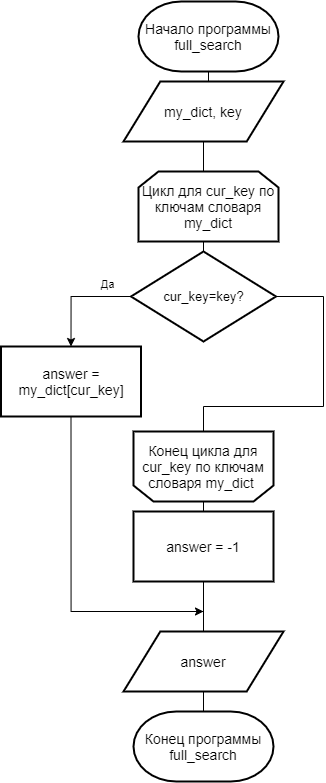
This is lab7/report/inc/img/full_search.png from alena-zayts/BMSTU_5sem_analysis_of_algorithms, a draw.io export, as it was before one commit. Source tidied: cells renumbered, new cells last; positions are measured from the earlier drawing's top-left corner, leaving out a move shared by most shapes. The source it was exported from:
```xml
<mxGraphModel>
  <root>
    <mxCell id="0" />
    <mxCell id="1" parent="0" />
    <mxCell id="2" style="edgeStyle=orthogonalEdgeStyle;rounded=0;jettySize=auto;html=1;exitX=0.5;exitY=1;exitDx=0;exitDy=0;entryX=0.5;entryY=0;entryDx=0;entryDy=0;endArrow=none;endFill=0;" parent="1" edge="1" target="12">
      <mxGeometry relative="1" as="geometry">
        <mxPoint x="202" y="240" as="sourcePoint" />
      </mxGeometry>
    </mxCell>
    <mxCell id="3" style="edgeStyle=orthogonalEdgeStyle;rounded=0;jettySize=auto;html=1;exitX=0.5;exitY=0;exitDx=0;exitDy=0;exitPerimeter=0;entryX=0.5;entryY=1;entryDx=0;entryDy=0;entryPerimeter=0;endArrow=none;endFill=0;" parent="1" edge="1" source="20" target="8">
      <mxGeometry relative="1" as="geometry" />
    </mxCell>
    <mxCell id="4" style="edgeStyle=orthogonalEdgeStyle;rounded=0;jettySize=auto;html=1;exitX=0.5;exitY=0;exitDx=0;exitDy=0;exitPerimeter=0;entryX=0.5;entryY=1;entryDx=0;entryDy=0;entryPerimeter=0;endArrow=none;endFill=0;" parent="1" edge="1" source="8" target="6">
      <mxGeometry relative="1" as="geometry" />
    </mxCell>
    <mxCell id="5" value="Конец программы full_search" style="strokeWidth=2;html=1;shape=mxgraph.flowchart.terminator;whiteSpace=wrap;fontSize=14;" parent="1" vertex="1">
      <mxGeometry x="132" y="710" width="140" height="70" as="geometry" />
    </mxCell>
    <mxCell id="6" value="&lt;font style=&quot;font-size: 14px&quot;&gt;Начало программы full_search&lt;br&gt;&lt;/font&gt;" style="strokeWidth=2;html=1;shape=mxgraph.flowchart.terminator;whiteSpace=wrap;fontSize=14;fontFamily=Helvetica;" parent="1" vertex="1">
      <mxGeometry x="137" width="140" height="70" as="geometry" />
    </mxCell>
    <mxCell id="7" style="edgeStyle=orthogonalEdgeStyle;rounded=0;orthogonalLoop=1;jettySize=auto;html=1;exitX=0.5;exitY=1;exitDx=0;exitDy=0;exitPerimeter=0;entryX=0.5;entryY=1;entryDx=0;entryDy=0;endArrow=none;endFill=0;" parent="1" edge="1">
      <mxGeometry relative="1" as="geometry">
        <mxPoint x="207" y="705" as="sourcePoint" />
        <mxPoint x="207" y="705" as="targetPoint" />
      </mxGeometry>
    </mxCell>
    <mxCell id="8" value="&lt;span style=&quot;font-size: 14px&quot;&gt;my_dict, key&lt;/span&gt;" style="shape=parallelogram;html=1;strokeWidth=2;perimeter=parallelogramPerimeter;whiteSpace=wrap;rounded=0;arcSize=12;size=0.23;fontSize=13;" parent="1" vertex="1">
      <mxGeometry x="122" y="80" width="160" height="60" as="geometry" />
    </mxCell>
    <mxCell id="9" style="edgeStyle=orthogonalEdgeStyle;rounded=0;jettySize=auto;html=1;entryX=0.5;entryY=0;entryDx=0;entryDy=0;exitX=0;exitY=0.5;exitDx=0;exitDy=0;" parent="1" edge="1" source="12" target="14">
      <mxGeometry relative="1" as="geometry" />
    </mxCell>
    <mxCell id="10" value="Да" style="edgeLabel;html=1;align=center;verticalAlign=middle;" parent="9" vertex="1">
      <mxGeometry x="-0.77" y="1" relative="1" as="geometry">
        <mxPoint x="-11.5" y="-14" as="offset" />
      </mxGeometry>
    </mxCell>
    <mxCell id="11" style="edgeStyle=orthogonalEdgeStyle;rounded=0;jettySize=auto;html=1;exitX=1;exitY=0.5;exitDx=0;exitDy=0;entryX=0.5;entryY=1;entryDx=0;entryDy=0;endArrow=none;endFill=0;" parent="1" edge="1" source="12">
      <mxGeometry relative="1" as="geometry">
        <mxPoint x="202" y="470" as="targetPoint" />
        <Array as="points">
          <mxPoint x="322" y="295" />
          <mxPoint x="322" y="405" />
          <mxPoint x="202" y="405" />
        </Array>
      </mxGeometry>
    </mxCell>
    <mxCell id="12" value="cur_key=key?" style="rhombus;whiteSpace=wrap;html=1;strokeWidth=2;fontSize=13;" parent="1" vertex="1">
      <mxGeometry x="129.5" y="250" width="145" height="90" as="geometry" />
    </mxCell>
    <mxCell id="13" style="edgeStyle=orthogonalEdgeStyle;rounded=0;jettySize=auto;html=1;exitX=0.5;exitY=1;exitDx=0;exitDy=0;" parent="1" edge="1" source="14">
      <mxGeometry relative="1" as="geometry">
        <mxPoint x="202" y="610" as="targetPoint" />
        <Array as="points">
          <mxPoint x="70" y="610" />
          <mxPoint x="202" y="610" />
        </Array>
      </mxGeometry>
    </mxCell>
    <mxCell id="14" value="answer = my_dict[cur_key]" style="rounded=0;whiteSpace=wrap;html=1;strokeWidth=2;fontSize=14;" parent="1" vertex="1">
      <mxGeometry x="-0.5" y="345" width="140" height="70" as="geometry" />
    </mxCell>
    <mxCell id="15" style="edgeStyle=orthogonalEdgeStyle;rounded=0;jettySize=auto;html=1;exitX=0.5;exitY=1;exitDx=0;exitDy=0;endArrow=none;endFill=0;" parent="1" edge="1" source="16" target="5">
      <mxGeometry relative="1" as="geometry" />
    </mxCell>
    <mxCell id="16" value="&lt;span style=&quot;font-size: 14px&quot;&gt;answer&lt;br&gt;&lt;/span&gt;" style="shape=parallelogram;html=1;strokeWidth=2;perimeter=parallelogramPerimeter;whiteSpace=wrap;rounded=0;arcSize=12;size=0.23;fontSize=13;" parent="1" vertex="1">
      <mxGeometry x="122" y="630" width="160" height="60" as="geometry" />
    </mxCell>
    <mxCell id="17" style="edgeStyle=orthogonalEdgeStyle;rounded=0;jettySize=auto;html=1;exitX=0.5;exitY=0;exitDx=0;exitDy=0;entryX=0.5;entryY=0;entryDx=0;entryDy=0;endArrow=none;endFill=0;" parent="1" edge="1" source="19" target="16">
      <mxGeometry relative="1" as="geometry" />
    </mxCell>
    <mxCell id="18" style="edgeStyle=orthogonalEdgeStyle;rounded=0;orthogonalLoop=1;jettySize=auto;html=1;exitX=0.5;exitY=1;exitDx=0;exitDy=0;exitPerimeter=0;endArrow=none;endFill=0;" parent="1" edge="1" source="5" target="5">
      <mxGeometry relative="1" as="geometry" />
    </mxCell>
    <mxCell id="19" value="&lt;span style=&quot;font-size: 14px&quot;&gt;Конец ц&lt;/span&gt;&lt;span style=&quot;font-size: 14px&quot;&gt;икла для cur_key по ключам словаря my_dict&amp;nbsp;&lt;/span&gt;&lt;span style=&quot;font-size: 14px&quot;&gt;&lt;br&gt;&lt;/span&gt;" style="shape=loopLimit;whiteSpace=wrap;html=1;strokeWidth=2;direction=west;" parent="1" vertex="1">
      <mxGeometry x="132" y="430" width="140" height="70" as="geometry" />
    </mxCell>
    <mxCell id="20" value="&lt;span style=&quot;font-size: 14px&quot;&gt;Цикл для cur_key по ключам словаря my_dict&lt;/span&gt;" style="shape=loopLimit;whiteSpace=wrap;html=1;strokeWidth=2;" parent="1" vertex="1">
      <mxGeometry x="137" y="170" width="140" height="70" as="geometry" />
    </mxCell>
    <mxCell id="21" value="answer = -1" style="rounded=0;whiteSpace=wrap;html=1;strokeWidth=2;fontSize=14;" parent="1" vertex="1">
      <mxGeometry x="132" y="510" width="140" height="70" as="geometry" />
    </mxCell>
  </root>
</mxGraphModel>
```
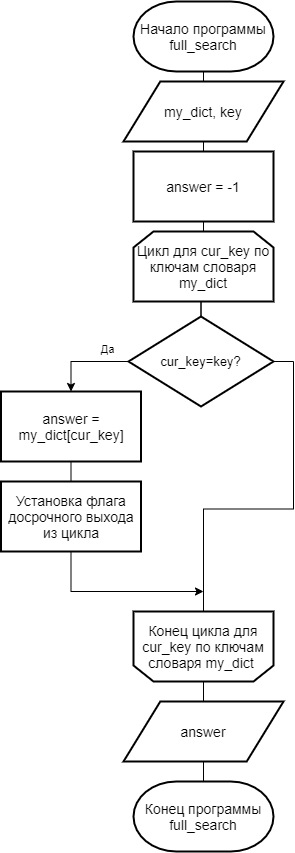
After the commit.

Diff of the diagram source:
```diff
@@ -7,17 +7,17 @@
         <mxPoint x="202" y="240" as="sourcePoint" />
       </mxGeometry>
     </mxCell>
-    <mxCell id="3" style="edgeStyle=orthogonalEdgeStyle;rounded=0;jettySize=auto;html=1;exitX=0.5;exitY=0;exitDx=0;exitDy=0;exitPerimeter=0;entryX=0.5;entryY=1;entryDx=0;entryDy=0;entryPerimeter=0;endArrow=none;endFill=0;" parent="1" edge="1" source="20" target="8">
+    <mxCell id="3" style="edgeStyle=orthogonalEdgeStyle;rounded=0;jettySize=auto;html=1;exitX=0.5;exitY=0;exitDx=0;exitDy=0;exitPerimeter=0;entryX=0.5;entryY=1;entryDx=0;entryDy=0;entryPerimeter=0;endArrow=none;endFill=0;" parent="1" edge="1" source="21" target="8">
       <mxGeometry relative="1" as="geometry" />
     </mxCell>
     <mxCell id="4" style="edgeStyle=orthogonalEdgeStyle;rounded=0;jettySize=auto;html=1;exitX=0.5;exitY=0;exitDx=0;exitDy=0;exitPerimeter=0;entryX=0.5;entryY=1;entryDx=0;entryDy=0;entryPerimeter=0;endArrow=none;endFill=0;" parent="1" edge="1" source="8" target="6">
       <mxGeometry relative="1" as="geometry" />
     </mxCell>
     <mxCell id="5" value="Конец программы full_search" style="strokeWidth=2;html=1;shape=mxgraph.flowchart.terminator;whiteSpace=wrap;fontSize=14;" parent="1" vertex="1">
-      <mxGeometry x="132" y="710" width="140" height="70" as="geometry" />
+      <mxGeometry x="132" y="720" width="140" height="70" as="geometry" />
     </mxCell>
     <mxCell id="6" value="&lt;font style=&quot;font-size: 14px&quot;&gt;Начало программы full_search&lt;br&gt;&lt;/font&gt;" style="strokeWidth=2;html=1;shape=mxgraph.flowchart.terminator;whiteSpace=wrap;fontSize=14;fontFamily=Helvetica;" parent="1" vertex="1">
-      <mxGeometry x="137" width="140" height="70" as="geometry" />
+      <mxGeometry x="132" y="-60" width="140" height="70" as="geometry" />
     </mxCell>
     <mxCell id="7" style="edgeStyle=orthogonalEdgeStyle;rounded=0;orthogonalLoop=1;jettySize=auto;html=1;exitX=0.5;exitY=1;exitDx=0;exitDy=0;exitPerimeter=0;entryX=0.5;entryY=1;entryDx=0;entryDy=0;endArrow=none;endFill=0;" parent="1" edge="1">
       <mxGeometry relative="1" as="geometry">
@@ -26,7 +26,7 @@
       </mxGeometry>
     </mxCell>
     <mxCell id="8" value="&lt;span style=&quot;font-size: 14px&quot;&gt;my_dict, key&lt;/span&gt;" style="shape=parallelogram;html=1;strokeWidth=2;perimeter=parallelogramPerimeter;whiteSpace=wrap;rounded=0;arcSize=12;size=0.23;fontSize=13;" parent="1" vertex="1">
-      <mxGeometry x="122" y="80" width="160" height="60" as="geometry" />
+      <mxGeometry x="122" y="20" width="160" height="60" as="geometry" />
     </mxCell>
     <mxCell id="9" style="edgeStyle=orthogonalEdgeStyle;rounded=0;jettySize=auto;html=1;entryX=0.5;entryY=0;entryDx=0;entryDy=0;exitX=0;exitY=0.5;exitDx=0;exitDy=0;" parent="1" edge="1" source="12" target="14">
       <mxGeometry relative="1" as="geometry" />
@@ -36,36 +36,23 @@
         <mxPoint x="-11.5" y="-14" as="offset" />
       </mxGeometry>
     </mxCell>
-    <mxCell id="11" style="edgeStyle=orthogonalEdgeStyle;rounded=0;jettySize=auto;html=1;exitX=1;exitY=0.5;exitDx=0;exitDy=0;entryX=0.5;entryY=1;entryDx=0;entryDy=0;endArrow=none;endFill=0;" parent="1" edge="1" source="12">
-      <mxGeometry relative="1" as="geometry">
-        <mxPoint x="202" y="470" as="targetPoint" />
-        <Array as="points">
-          <mxPoint x="322" y="295" />
-          <mxPoint x="322" y="405" />
-          <mxPoint x="202" y="405" />
-        </Array>
-      </mxGeometry>
-    </mxCell>
+    <mxCell id="22" style="edgeStyle=orthogonalEdgeStyle;rounded=0;jettySize=auto;html=1;exitX=1;exitY=0.5;exitDx=0;exitDy=0;endArrow=none;endFill=0;" parent="1" edge="1" source="12" target="19">
+      <mxGeometry relative="1" as="geometry" />
+    </mxCell>
     <mxCell id="12" value="cur_key=key?" style="rhombus;whiteSpace=wrap;html=1;strokeWidth=2;fontSize=13;" parent="1" vertex="1">
-      <mxGeometry x="129.5" y="250" width="145" height="90" as="geometry" />
+      <mxGeometry x="127" y="255" width="145" height="90" as="geometry" />
     </mxCell>
-    <mxCell id="13" style="edgeStyle=orthogonalEdgeStyle;rounded=0;jettySize=auto;html=1;exitX=0.5;exitY=1;exitDx=0;exitDy=0;" parent="1" edge="1" source="14">
-      <mxGeometry relative="1" as="geometry">
-        <mxPoint x="202" y="610" as="targetPoint" />
-        <Array as="points">
-          <mxPoint x="70" y="610" />
-          <mxPoint x="202" y="610" />
-        </Array>
-      </mxGeometry>
-    </mxCell>
+    <mxCell id="23" style="edgeStyle=orthogonalEdgeStyle;rounded=0;jettySize=auto;html=1;exitX=0.5;exitY=1;exitDx=0;exitDy=0;entryX=0.5;entryY=0;entryDx=0;entryDy=0;endArrow=none;endFill=0;" parent="1" edge="1" source="14" target="27">
+      <mxGeometry relative="1" as="geometry" />
+    </mxCell>
     <mxCell id="14" value="answer = my_dict[cur_key]" style="rounded=0;whiteSpace=wrap;html=1;strokeWidth=2;fontSize=14;" parent="1" vertex="1">
-      <mxGeometry x="-0.5" y="345" width="140" height="70" as="geometry" />
+      <mxGeometry x="-0.5" y="330" width="140" height="70" as="geometry" />
     </mxCell>
     <mxCell id="15" style="edgeStyle=orthogonalEdgeStyle;rounded=0;jettySize=auto;html=1;exitX=0.5;exitY=1;exitDx=0;exitDy=0;endArrow=none;endFill=0;" parent="1" edge="1" source="16" target="5">
       <mxGeometry relative="1" as="geometry" />
     </mxCell>
     <mxCell id="16" value="&lt;span style=&quot;font-size: 14px&quot;&gt;answer&lt;br&gt;&lt;/span&gt;" style="shape=parallelogram;html=1;strokeWidth=2;perimeter=parallelogramPerimeter;whiteSpace=wrap;rounded=0;arcSize=12;size=0.23;fontSize=13;" parent="1" vertex="1">
-      <mxGeometry x="122" y="630" width="160" height="60" as="geometry" />
+      <mxGeometry x="122" y="640" width="160" height="60" as="geometry" />
     </mxCell>
     <mxCell id="17" style="edgeStyle=orthogonalEdgeStyle;rounded=0;jettySize=auto;html=1;exitX=0.5;exitY=0;exitDx=0;exitDy=0;entryX=0.5;entryY=0;entryDx=0;entryDy=0;endArrow=none;endFill=0;" parent="1" edge="1" source="19" target="16">
       <mxGeometry relative="1" as="geometry" />
@@ -73,14 +60,32 @@
     <mxCell id="18" style="edgeStyle=orthogonalEdgeStyle;rounded=0;orthogonalLoop=1;jettySize=auto;html=1;exitX=0.5;exitY=1;exitDx=0;exitDy=0;exitPerimeter=0;endArrow=none;endFill=0;" parent="1" edge="1" source="5" target="5">
       <mxGeometry relative="1" as="geometry" />
     </mxCell>
-    <mxCell id="19" value="&lt;span style=&quot;font-size: 14px&quot;&gt;Конец ц&lt;/span&gt;&lt;span style=&quot;font-size: 14px&quot;&gt;икла для cur_key по ключам словаря my_dict&amp;nbsp;&lt;/span&gt;&lt;span style=&quot;font-size: 14px&quot;&gt;&lt;br&gt;&lt;/span&gt;" style="shape=loopLimit;whiteSpace=wrap;html=1;strokeWidth=2;direction=west;" parent="1" vertex="1">
-      <mxGeometry x="132" y="430" width="140" height="70" as="geometry" />
-    </mxCell>
+    <mxCell id="24" style="edgeStyle=orthogonalEdgeStyle;rounded=0;jettySize=auto;html=1;exitX=0.5;exitY=1;exitDx=0;exitDy=0;entryX=0.5;entryY=0;entryDx=0;entryDy=0;endArrow=none;endFill=0;" parent="1" edge="1" source="20" target="12">
+      <mxGeometry relative="1" as="geometry" />
+    </mxCell>
     <mxCell id="20" value="&lt;span style=&quot;font-size: 14px&quot;&gt;Цикл для cur_key по ключам словаря my_dict&lt;/span&gt;" style="shape=loopLimit;whiteSpace=wrap;html=1;strokeWidth=2;" parent="1" vertex="1">
-      <mxGeometry x="137" y="170" width="140" height="70" as="geometry" />
+      <mxGeometry x="132" y="170" width="140" height="70" as="geometry" />
     </mxCell>
     <mxCell id="21" value="answer = -1" style="rounded=0;whiteSpace=wrap;html=1;strokeWidth=2;fontSize=14;" parent="1" vertex="1">
-      <mxGeometry x="132" y="510" width="140" height="70" as="geometry" />
+      <mxGeometry x="132" y="90" width="140" height="70" as="geometry" />
     </mxCell>
+    <mxCell id="25" style="edgeStyle=orthogonalEdgeStyle;rounded=0;jettySize=auto;html=1;exitX=0.5;exitY=0;exitDx=0;exitDy=0;exitPerimeter=0;entryX=0.5;entryY=1;entryDx=0;entryDy=0;entryPerimeter=0;endArrow=none;endFill=0;" parent="1" edge="1" source="20" target="21">
+      <mxGeometry relative="1" as="geometry" />
+    </mxCell>
+    <mxCell id="26" style="edgeStyle=orthogonalEdgeStyle;rounded=0;jettySize=auto;html=1;exitX=0.5;exitY=1;exitDx=0;exitDy=0;endArrow=classic;endFill=1;" parent="1" edge="1" source="27">
+      <mxGeometry relative="1" as="geometry">
+        <mxPoint x="202" y="530" as="targetPoint" />
+        <Array as="points">
+          <mxPoint x="70" y="530" />
+          <mxPoint x="202" y="530" />
+        </Array>
+      </mxGeometry>
+    </mxCell>
+    <mxCell id="27" value="Установка флага досрочного выхода из цикла" style="rounded=0;whiteSpace=wrap;html=1;strokeWidth=2;fontSize=14;" parent="1" vertex="1">
+      <mxGeometry x="-0.5" y="420" width="140" height="70" as="geometry" />
+    </mxCell>
+    <mxCell id="19" value="&lt;span style=&quot;font-size: 14px&quot;&gt;Конец ц&lt;/span&gt;&lt;span style=&quot;font-size: 14px&quot;&gt;икла для cur_key по ключам словаря my_dict&amp;nbsp;&lt;/span&gt;&lt;span style=&quot;font-size: 14px&quot;&gt;&lt;br&gt;&lt;/span&gt;" style="shape=loopLimit;whiteSpace=wrap;html=1;strokeWidth=2;direction=west;" parent="1" vertex="1">
+      <mxGeometry x="132" y="550" width="140" height="70" as="geometry" />
+    </mxCell>
   </root>
 </mxGraphModel>
```
